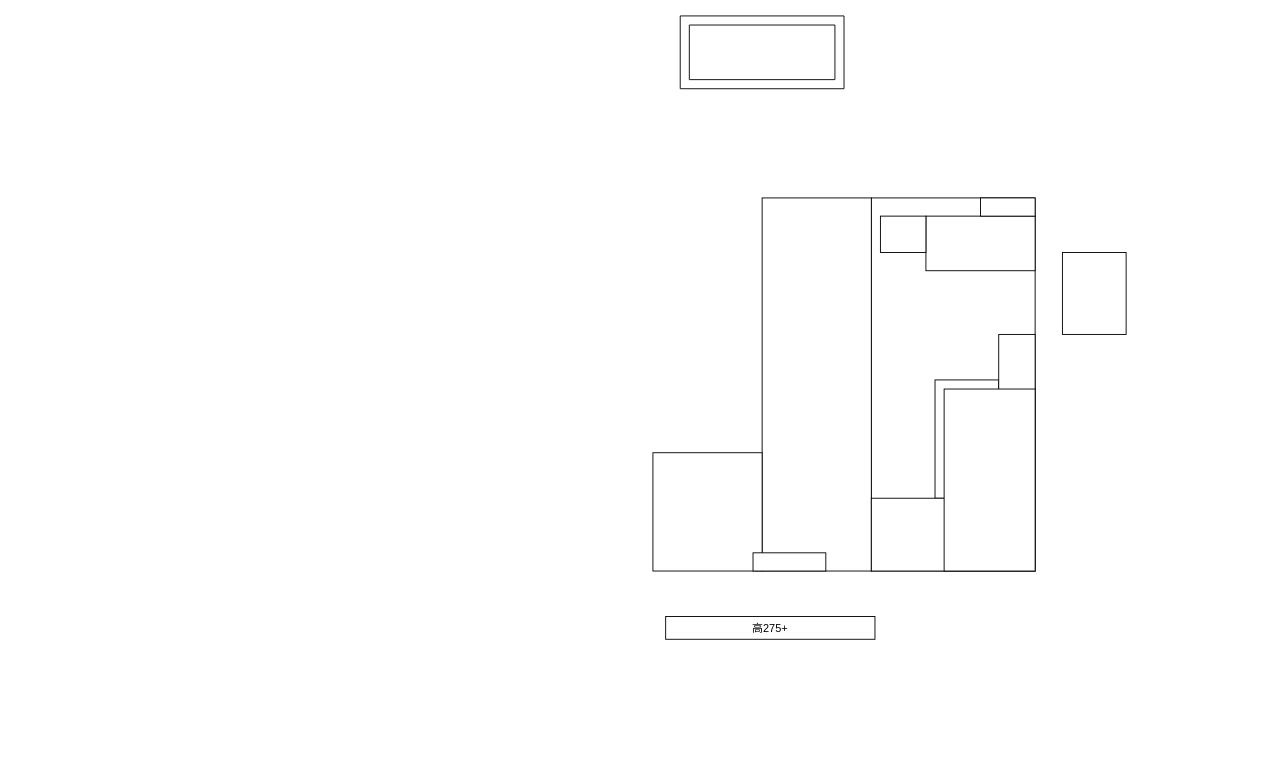
Above: 客厅布置.drawio in linynag/imags (draw.io), before the change. Source tidied: cells renumbered, new cells numbered last; positions are measured from the earlier drawing's top-left corner, leaving out a move shared by most shapes. Both pictures are drawn from the tidied source at 91%, with x=0, y=0 at pixel (652, 15).
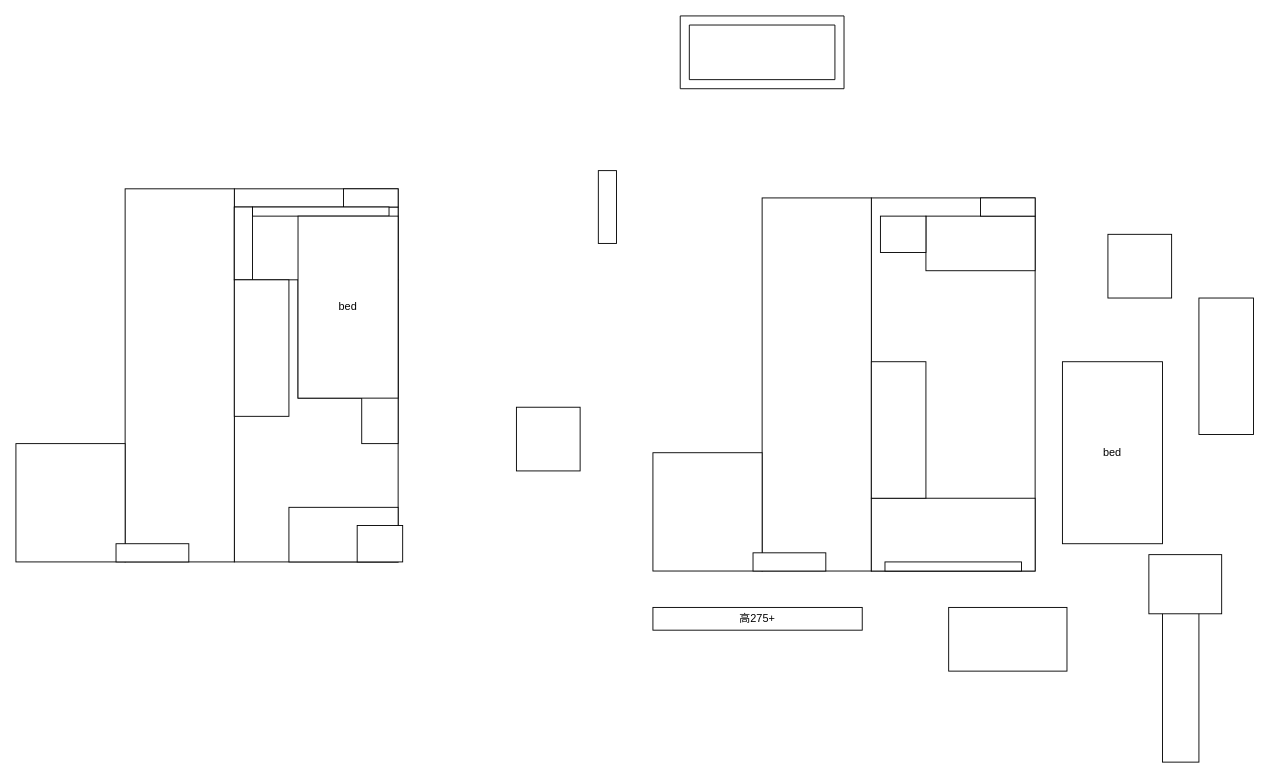
The same diagram, later.

Commit message:
更新客厅布置.drawio

Change to the diagram source:
```diff
@@
-    <mxCell id="5" style="rounded=0;whiteSpace=wrap;html=1;direction=west;" parent="1" vertex="1">
+    <mxCell id="5" style="rounded=0;whiteSpace=wrap;html=1;direction=east;" parent="1" vertex="1">
       <mxGeometry x="300" y="220" width="120" height="60" as="geometry" />
     </mxCell>
-    <mxCell id="6" style="rounded=0;whiteSpace=wrap;html=1;" parent="1" vertex="1">
-      <mxGeometry x="310" y="400" width="70" height="130" as="geometry" />
+    <mxCell id="6" style="rounded=0;whiteSpace=wrap;html=1;direction=south;" parent="1" vertex="1">
+      <mxGeometry x="325" y="650" width="130" height="70" as="geometry" />
     </mxCell>
-    <mxCell id="7" style="rounded=0;whiteSpace=wrap;html=1;" parent="1" vertex="1">
-      <mxGeometry x="380" y="350" width="40" height="180" as="geometry" />
+    <mxCell id="7" style="rounded=0;whiteSpace=wrap;html=1;direction=west;" parent="1" vertex="1">
+      <mxGeometry x="560" y="640" width="40" height="180" as="geometry" />
     </mxCell>
@@
     <mxCell id="10" value="高275+" style="rounded=0;whiteSpace=wrap;html=1;" parent="1" vertex="1">
-      <mxGeometry x="14" y="660" width="230" height="25" as="geometry" />
+      <mxGeometry y="650" width="230" height="25" as="geometry" />
     </mxCell>
@@
-    <mxCell id="12" style="rounded=0;whiteSpace=wrap;html=1;" parent="1" vertex="1">
-      <mxGeometry x="320" y="410" width="100" height="200" as="geometry" />
+    <mxCell id="12" value="bed" style="rounded=0;whiteSpace=wrap;html=1;" parent="1" vertex="1">
+      <mxGeometry x="450" y="380" width="110" height="200" as="geometry" />
     </mxCell>
@@
     <mxCell id="14" style="rounded=0;whiteSpace=wrap;html=1;" parent="1" vertex="1">
-      <mxGeometry x="450" y="260" width="70" height="90" as="geometry" />
+      <mxGeometry x="500" y="240" width="70" height="70" as="geometry" />
     </mxCell>
@@
+    <mxCell id="16" style="rounded=0;whiteSpace=wrap;html=1;" parent="1" vertex="1">
+      <mxGeometry x="255" y="600" width="150" height="10" as="geometry" />
+    </mxCell>
+    <mxCell id="17" style="rounded=0;whiteSpace=wrap;html=1;" parent="1" vertex="1">
+      <mxGeometry x="545" y="592" width="80" height="65" as="geometry" />
+    </mxCell>
+    <mxCell id="18" style="rounded=0;whiteSpace=wrap;html=1;direction=south;" parent="1" vertex="1">
+      <mxGeometry x="240" y="380" width="60" height="150" as="geometry" />
+    </mxCell>
+    <mxCell id="19" style="rounded=0;whiteSpace=wrap;html=1;" parent="1" vertex="1">
+      <mxGeometry x="-460" y="190" width="180" height="410" as="geometry" />
+    </mxCell>
+    <mxCell id="20" style="rounded=0;whiteSpace=wrap;html=1;" parent="1" vertex="1">
+      <mxGeometry x="-580" y="190" width="120" height="410" as="geometry" />
+    </mxCell>
+    <mxCell id="21" style="rounded=0;whiteSpace=wrap;html=1;" parent="1" vertex="1">
+      <mxGeometry x="-700" y="470" width="120" height="130" as="geometry" />
+    </mxCell>
+    <mxCell id="22" style="rounded=0;whiteSpace=wrap;html=1;direction=east;" parent="1" vertex="1">
+      <mxGeometry x="-400" y="540" width="120" height="60" as="geometry" />
+    </mxCell>
+    <mxCell id="23" style="rounded=0;whiteSpace=wrap;html=1;" parent="1" vertex="1">
+      <mxGeometry x="-390" y="290" width="70" height="130" as="geometry" />
+    </mxCell>
+    <mxCell id="24" style="rounded=0;whiteSpace=wrap;html=1;" parent="1" vertex="1">
+      <mxGeometry x="-320" y="290" width="40" height="180" as="geometry" />
+    </mxCell>
+    <mxCell id="25" style="rounded=0;whiteSpace=wrap;html=1;" parent="1" vertex="1">
+      <mxGeometry x="-460" y="210" width="180" height="80" as="geometry" />
+    </mxCell>
+    <mxCell id="26" style="rounded=0;whiteSpace=wrap;html=1;" parent="1" vertex="1">
+      <mxGeometry x="-590" y="580" width="80" height="20" as="geometry" />
+    </mxCell>
+    <mxCell id="27" style="rounded=0;whiteSpace=wrap;html=1;" parent="1" vertex="1">
+      <mxGeometry x="-325" y="560" width="50" height="40" as="geometry" />
+    </mxCell>
+    <mxCell id="28" style="rounded=0;whiteSpace=wrap;html=1;" parent="1" vertex="1">
+      <mxGeometry x="-150" y="430" width="70" height="70" as="geometry" />
+    </mxCell>
+    <mxCell id="29" style="rounded=0;whiteSpace=wrap;html=1;" parent="1" vertex="1">
+      <mxGeometry x="-340" y="190" width="60" height="20" as="geometry" />
+    </mxCell>
+    <mxCell id="30" style="rounded=0;whiteSpace=wrap;html=1;direction=west;" parent="1" vertex="1">
+      <mxGeometry x="-60" y="170" width="20" height="80" as="geometry" />
+    </mxCell>
+    <mxCell id="31" style="rounded=0;whiteSpace=wrap;html=1;direction=west;" parent="1" vertex="1">
+      <mxGeometry x="-460" y="210" width="20" height="80" as="geometry" />
+    </mxCell>
+    <mxCell id="32" style="rounded=0;whiteSpace=wrap;html=1;" parent="1" vertex="1">
+      <mxGeometry x="-440" y="210" width="150" height="10" as="geometry" />
+    </mxCell>
+    <mxCell id="33" style="rounded=0;whiteSpace=wrap;html=1;direction=north;" parent="1" vertex="1">
+      <mxGeometry x="-460" y="290" width="60" height="150" as="geometry" />
+    </mxCell>
+    <mxCell id="34" value="bed" style="rounded=0;whiteSpace=wrap;html=1;" parent="1" vertex="1">
+      <mxGeometry x="-390" y="220" width="110" height="200" as="geometry" />
+    </mxCell>
+    <mxCell id="35" style="rounded=0;whiteSpace=wrap;html=1;direction=south;" parent="1" vertex="1">
+      <mxGeometry x="600" y="310" width="60" height="150" as="geometry" />
+    </mxCell>
```
